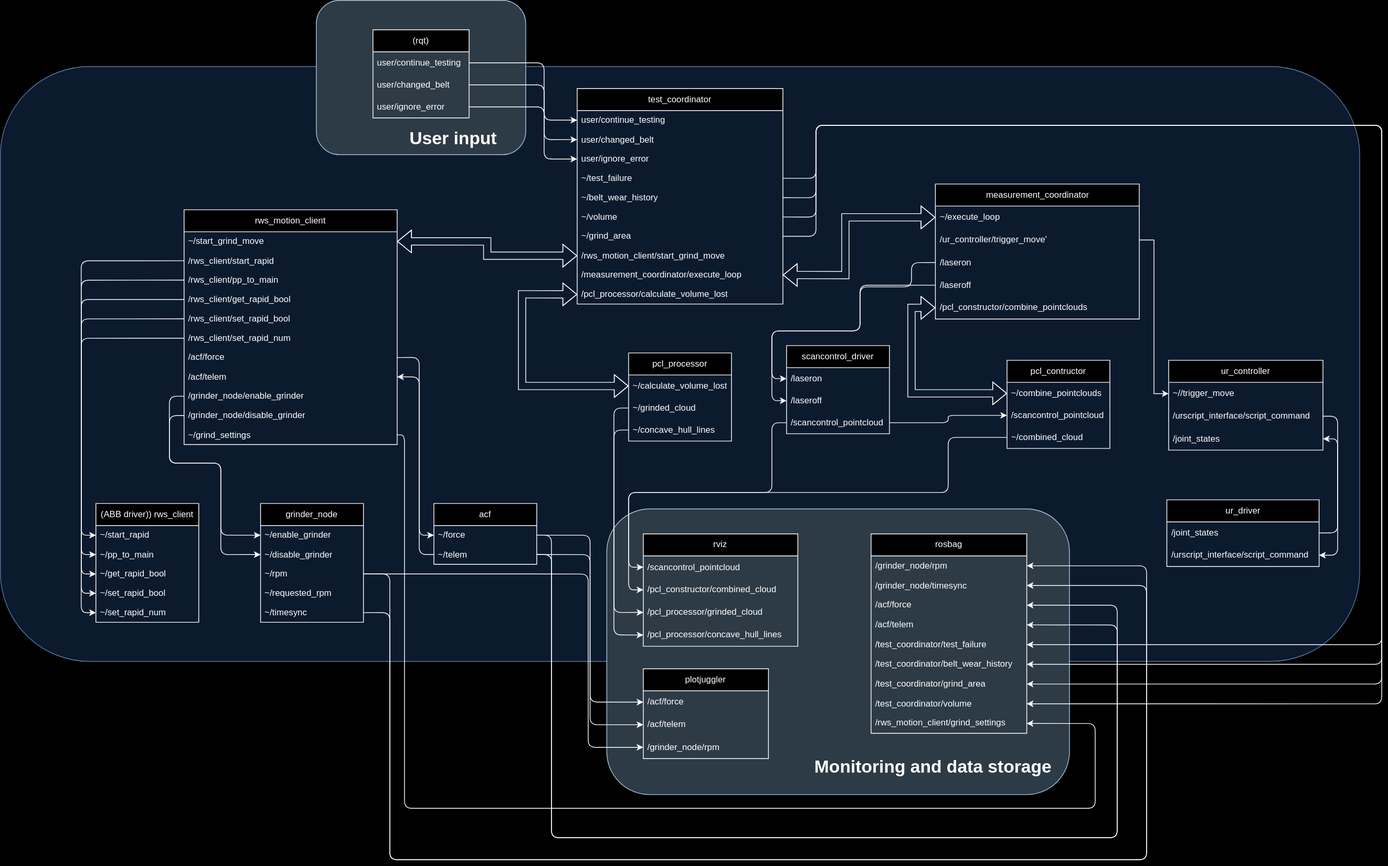
Luka140/drawio_graphs keeps this draw.io diagram as OverviewV2.drawio.svg. Above is the earlier version. Source tidied: cells renumbered, new cells last; positions are measured from the earlier drawing's top-left corner, leaving out a move shared by most shapes.
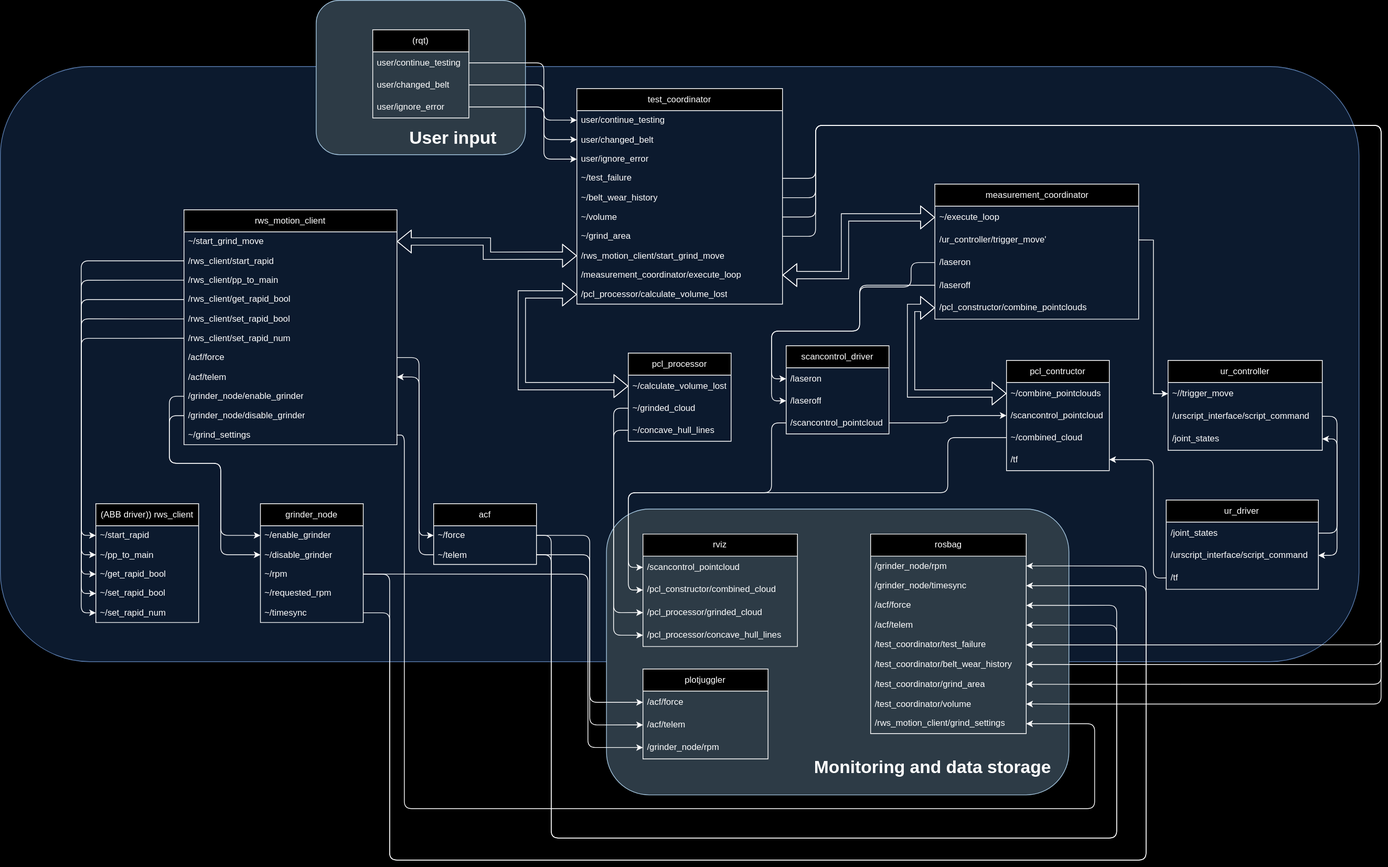
Later version of the same file.

The edit, as a diff of the source:
```diff
@@ -1,4 +1,4 @@
-<mxGraphModel>
+<mxGraphModel background="#ffffff">
   <root>
     <mxCell id="0" />
     <mxCell id="1" parent="0" />
@@ -219,7 +219,7 @@
       <mxGeometry y="91.5" width="210" height="30.8" as="geometry" />
     </mxCell>
     <mxCell id="66" value="ur_driver" style="swimlane;fontStyle=0;horizontal=1;startSize=30;whiteSpace=wrap;html=1;" parent="55" vertex="1">
-      <mxGeometry x="437.5" y="430" width="207.2" height="90.8" as="geometry" />
+      <mxGeometry x="437.5" y="430" width="207.2" height="121.5" as="geometry" />
     </mxCell>
     <mxCell id="67" value="/joint_states" style="text;strokeColor=none;fillColor=none;align=left;verticalAlign=middle;spacingLeft=4;spacingRight=4;overflow=hidden;points=[[0,0.5],[1,0.5]];portConstraint=eastwest;whiteSpace=wrap;html=1;" parent="66" vertex="1">
       <mxGeometry y="30" width="207.2" height="30" as="geometry" />
@@ -227,8 +227,11 @@
     <mxCell id="68" value="/urscript_interface/script_command" style="text;strokeColor=none;fillColor=none;align=left;verticalAlign=middle;spacingLeft=4;spacingRight=4;overflow=hidden;points=[[0,0.5],[1,0.5]];portConstraint=eastwest;whiteSpace=wrap;html=1;" parent="66" vertex="1">
       <mxGeometry y="60" width="207.2" height="30.8" as="geometry" />
     </mxCell>
+    <mxCell id="137" value="/tf" style="text;strokeColor=none;fillColor=none;align=left;verticalAlign=middle;spacingLeft=4;spacingRight=4;overflow=hidden;points=[[0,0.5],[1,0.5]];portConstraint=eastwest;whiteSpace=wrap;html=1;" parent="66" vertex="1">
+      <mxGeometry y="90.8" width="207.2" height="30.8" as="geometry" />
+    </mxCell>
     <mxCell id="69" value="pcl_contructor" style="swimlane;fontStyle=0;horizontal=1;startSize=30;whiteSpace=wrap;html=1;" parent="55" vertex="1">
-      <mxGeometry x="220" y="240" width="140" height="120" as="geometry" />
+      <mxGeometry x="220" y="240" width="140" height="150" as="geometry" />
     </mxCell>
     <mxCell id="70" value="~/combine_pointclouds" style="text;strokeColor=none;fillColor=none;align=left;verticalAlign=middle;spacingLeft=4;spacingRight=4;overflow=hidden;points=[[0,0.5],[1,0.5]];portConstraint=eastwest;whiteSpace=wrap;html=1;" parent="69" vertex="1">
       <mxGeometry y="30" width="140" height="30" as="geometry" />
@@ -239,6 +242,9 @@
     <mxCell id="72" value="~/combined_cloud" style="text;strokeColor=none;fillColor=none;align=left;verticalAlign=middle;spacingLeft=4;spacingRight=4;overflow=hidden;points=[[0,0.5],[1,0.5]];portConstraint=eastwest;whiteSpace=wrap;html=1;" parent="69" vertex="1">
       <mxGeometry y="90" width="140" height="30" as="geometry" />
     </mxCell>
+    <mxCell id="138" value="/tf" style="text;strokeColor=none;fillColor=none;align=left;verticalAlign=middle;spacingLeft=4;spacingRight=4;overflow=hidden;points=[[0,0.5],[1,0.5]];portConstraint=eastwest;whiteSpace=wrap;html=1;" parent="69" vertex="1">
+      <mxGeometry y="120" width="140" height="30" as="geometry" />
+    </mxCell>
     <mxCell id="73" style="edgeStyle=orthogonalEdgeStyle;rounded=0;jettySize=auto;html=1;exitX=1;exitY=0.5;exitDx=0;exitDy=0;entryX=0;entryY=0.5;entryDx=0;entryDy=0;" parent="55" edge="1" source="58" target="63">
       <mxGeometry relative="1" as="geometry" />
     </mxCell>
@@ -256,6 +262,14 @@
         </Array>
       </mxGeometry>
     </mxCell>
+    <mxCell id="139" style="edgeStyle=orthogonalEdgeStyle;rounded=1;jettySize=auto;html=1;exitX=0;exitY=0.5;exitDx=0;exitDy=0;entryX=1;entryY=0.5;entryDx=0;entryDy=0;curved=0;" parent="55" edge="1" source="137" target="138">
+      <mxGeometry relative="1" as="geometry">
+        <Array as="points">
+          <mxPoint x="420" y="536" />
+          <mxPoint x="420" y="375" />
+        </Array>
+      </mxGeometry>
+    </mxCell>
     <mxCell id="77" style="group;" parent="1" vertex="1">
       <mxGeometry x="835" y="741.3" width="620" height="340" as="geometry" />
     </mxCell>
```
